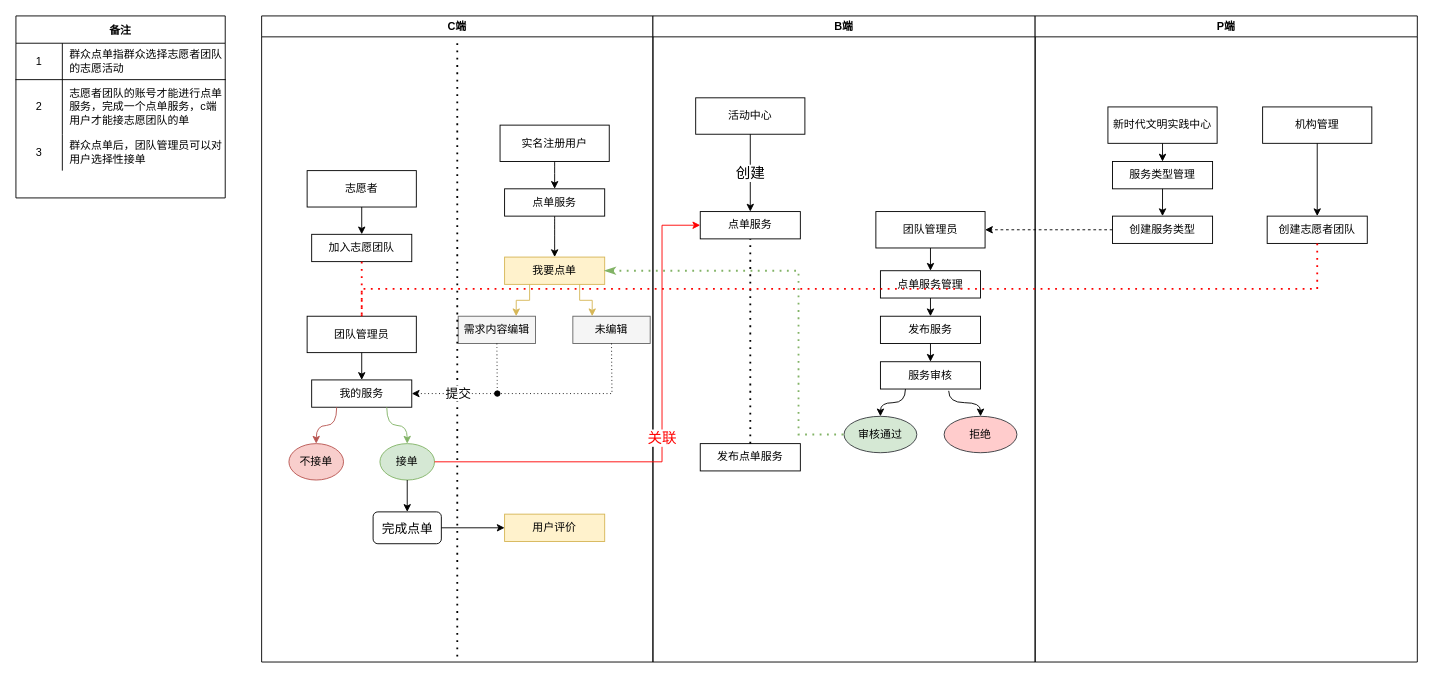
Before: 未命名绘图.drawio in KZ137onethe/hello-world, a draw.io diagram. Source tidied: cells renumbered, new cells numbered last; positions are measured from the earlier drawing's top-left corner, leaving out a move shared by most shapes. Both pictures are drawn from the tidied source at 91%, with x=0, y=0 at pixel (15, 15).
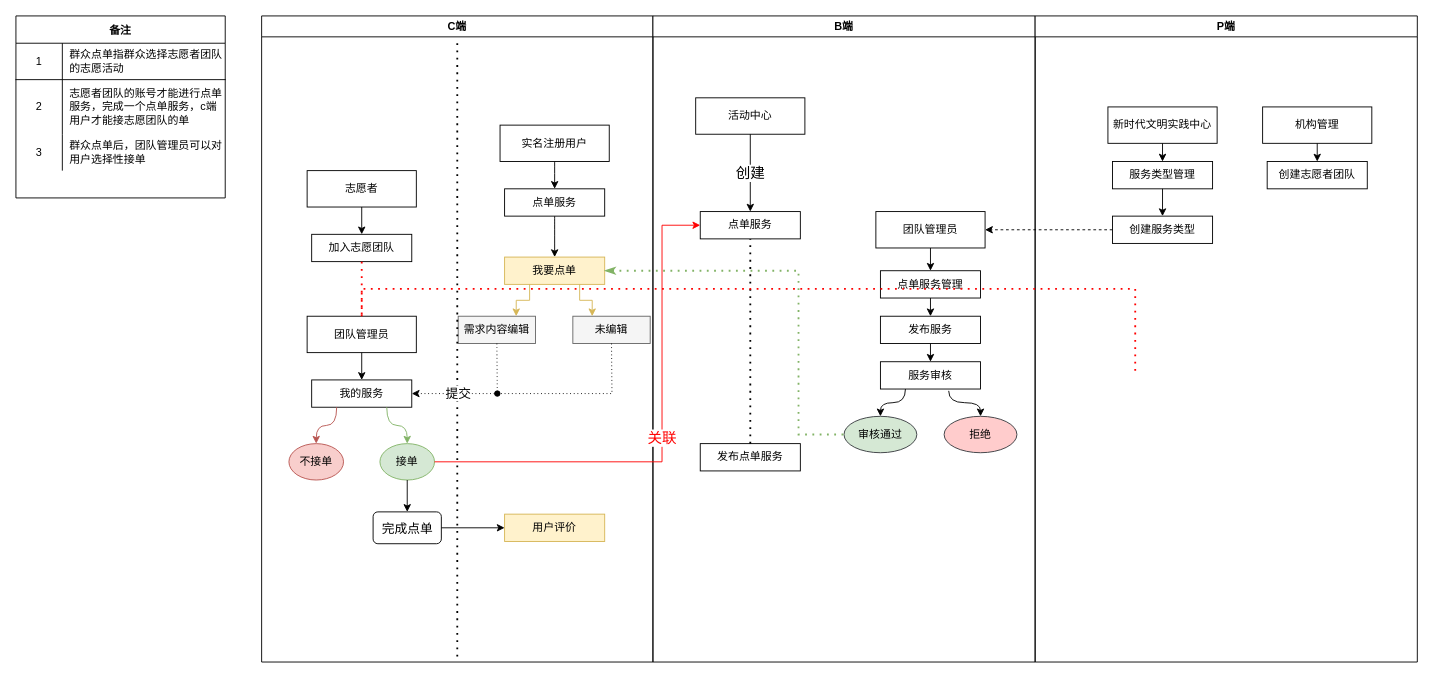
After the change.

Commit message:
未命名绘图.drawio

Unchanged cells that the change refers to:
```xml
<mxCell id="54" value="P端" style="swimlane;fontColor=default;strokeColor=default;fillColor=default;startSize=23;" parent="1" vertex="1">
  <mxGeometry x="1120" width="420" height="710" as="geometry" />
</mxCell>
```

What changed in the source:
```diff
@@
     <mxCell id="61" value="创建志愿者团队" style="rounded=0;whiteSpace=wrap;html=1;fontColor=default;strokeColor=default;fillColor=default;" parent="54" vertex="1">
-      <mxGeometry x="255" y="220" width="110" height="30" as="geometry" />
+      <mxGeometry x="255" y="160" width="110" height="30" as="geometry" />
     </mxCell>
@@
-    <mxCell id="70" style="endArrow=none;dashed=1;html=1;dashPattern=1 3;strokeWidth=2;rounded=0;labelBackgroundColor=default;fontSize=14;fontColor=default;fillColor=default;elbow=vertical;exitX=0.5;exitY=1;exitDx=0;exitDy=0;strokeColor=#FF0000;" parent="1" edge="1" source="61">
+    <mxCell id="70" style="endArrow=none;dashed=1;html=1;dashPattern=1 3;strokeWidth=2;rounded=0;labelBackgroundColor=default;fontSize=14;fontColor=default;fillColor=default;elbow=vertical;strokeColor=#FF0000;" parent="1" edge="1">
       <mxGeometry relative="1" as="geometry">
+        <mxPoint x="1230" y="390" as="sourcePoint" />
         <mxPoint x="380" y="330" as="targetPoint" />
         <Array as="points">
-          <mxPoint x="1430" y="300" />
+          <mxPoint x="1230" y="300" />
           <mxPoint x="380" y="300" />
         </Array>
       </mxGeometry>
     </mxCell>
```
